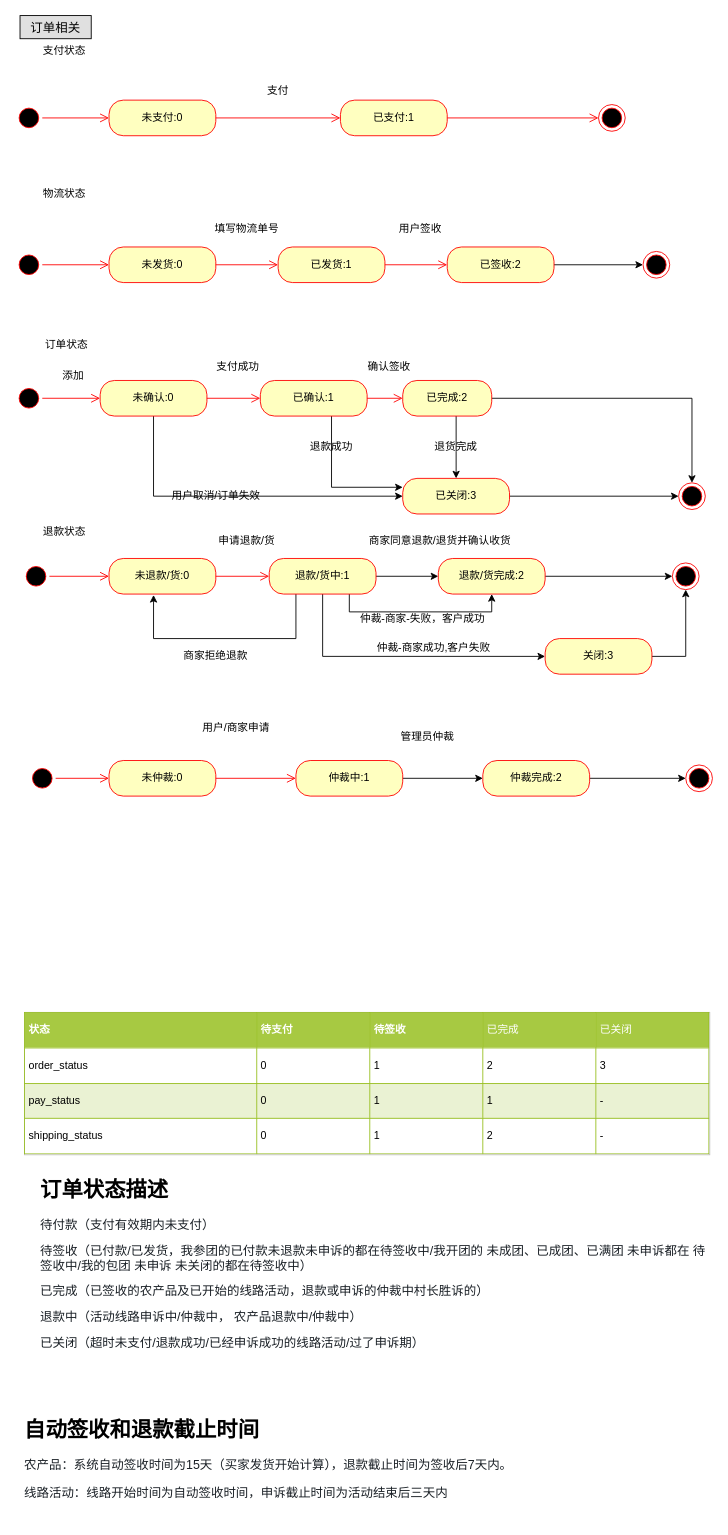
Above: page "第 1 页" (1 of 8) of 码上趣.drawio in JhonShi/mashangqu (draw.io), before the change. Source tidied: cells renumbered, new cells numbered last; positions are measured from the earlier drawing's top-left corner, leaving out a move shared by most shapes. Both pictures are drawn from the tidied source at 89%, with x=0, y=0 at pixel (15, 15).
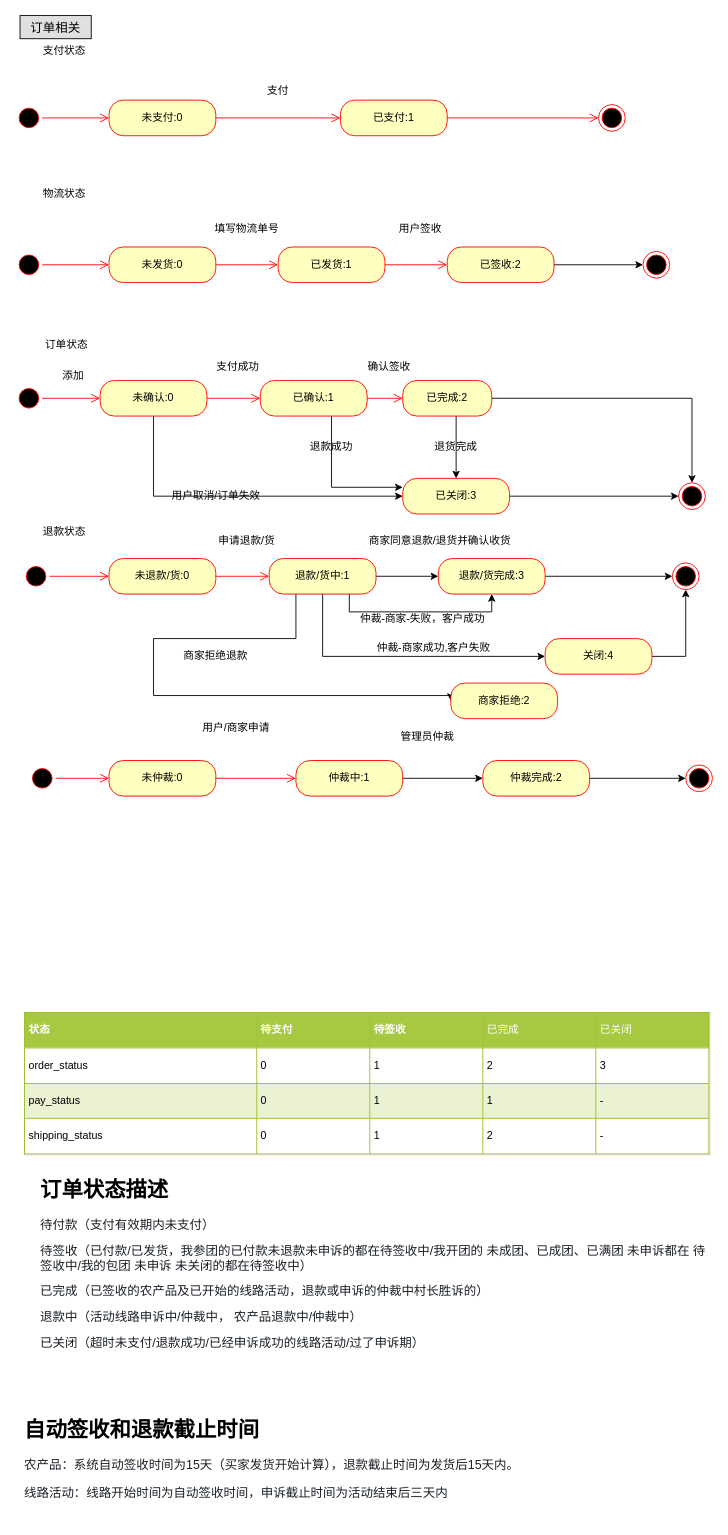
The same page after the edit.

Unchanged cells that the change refers to:
```xml
<mxCell id="49" value="未退款/货:0" style="rounded=1;whiteSpace=wrap;html=1;arcSize=40;fontColor=#000000;fillColor=#ffffc0;strokeColor=#ff0000;" parent="1" vertex="1">
  <mxGeometry x="105" y="610" width="120" height="40" as="geometry" />
</mxCell>
<mxCell id="55" value="退款/货中:1" style="rounded=1;whiteSpace=wrap;html=1;arcSize=40;fontColor=#000000;fillColor=#ffffc0;strokeColor=#ff0000;" parent="1" vertex="1">
  <mxGeometry x="285" y="610" width="120" height="40" as="geometry" />
</mxCell>
```

Diff of the diagram source:
```diff
@@
-    <mxCell id="54" style="edgeStyle=orthogonalEdgeStyle;rounded=0;jettySize=auto;html=1;entryX=0.417;entryY=1.025;entryDx=0;entryDy=0;entryPerimeter=0;strokeWidth=1;" parent="1" edge="1" source="55" target="49">
+    <mxCell id="54" style="edgeStyle=orthogonalEdgeStyle;rounded=0;jettySize=auto;html=1;entryX=0;entryY=0.5;entryDx=0;entryDy=0;strokeWidth=1;" parent="1" edge="1" source="55" target="79">
       <mxGeometry relative="1" as="geometry">
         <Array as="points">
           <mxPoint x="315" y="700" />
           <mxPoint x="155" y="700" />
+          <mxPoint x="155" y="764" />
         </Array>
       </mxGeometry>
     </mxCell>
@@
-    <mxCell id="57" value="退款/货完成:2" style="rounded=1;whiteSpace=wrap;html=1;arcSize=40;fontColor=#000000;fillColor=#ffffc0;strokeColor=#ff0000;" parent="1" vertex="1">
+    <mxCell id="57" value="退款/货完成:3" style="rounded=1;whiteSpace=wrap;html=1;arcSize=40;fontColor=#000000;fillColor=#ffffc0;strokeColor=#ff0000;" parent="1" vertex="1">
       <mxGeometry x="475" y="610" width="120" height="40" as="geometry" />
     </mxCell>
@@
-    <mxCell id="62" value="&lt;h1&gt;自动签收和退款截止时间&lt;/h1&gt;&lt;p&gt;&lt;span style=&quot;color: rgb(25 , 31 , 37) ; font-family: , , &amp;#34;pingfang sc&amp;#34; , &amp;#34;hiragino sans gb&amp;#34; , &amp;#34;segoe ui&amp;#34; , , &amp;#34;roboto&amp;#34; , &amp;#34;droid sans&amp;#34; , &amp;#34;helvetica neue&amp;#34; , sans-serif ; font-size: 14px ; white-space: pre-wrap ; background-color: rgb(255 , 255 , 255)&quot;&gt;农产品：系统自动签收时间为15天（买家发货开始计算），退款截止时间为签收后7天内。&lt;/span&gt;&lt;br style=&quot;box-sizing: border-box ; color: rgb(25 , 31 , 37) ; font-family: , , &amp;#34;pingfang sc&amp;#34; , &amp;#34;hiragino sans gb&amp;#34; , &amp;#34;segoe ui&amp;#34; , , &amp;#34;roboto&amp;#34; , &amp;#34;droid sans&amp;#34; , &amp;#34;helvetica neue&amp;#34; , sans-serif ; font-size: 14px ; white-space: pre-wrap ; background-color: rgb(255 , 255 , 255)&quot;&gt;&lt;br style=&quot;box-sizing: border-box ; color: rgb(25 , 31 , 37) ; font-family: , , &amp;#34;pingfang sc&amp;#34; , &amp;#34;hiragino sans gb&amp;#34; , &amp;#34;segoe ui&amp;#34; , , &amp;#34;roboto&amp;#34; , &amp;#34;droid sans&amp;#34; , &amp;#34;helvetica neue&amp;#34; , sans-serif ; font-size: 14px ; white-space: pre-wrap ; background-color: rgb(255 , 255 , 255)&quot;&gt;&lt;span style=&quot;color: rgb(25 , 31 , 37) ; font-family: , , &amp;#34;pingfang sc&amp;#34; , &amp;#34;hiragino sans gb&amp;#34; , &amp;#34;segoe ui&amp;#34; , , &amp;#34;roboto&amp;#34; , &amp;#34;droid sans&amp;#34; , &amp;#34;helvetica neue&amp;#34; , sans-serif ; font-size: 14px ; white-space: pre-wrap ; background-color: rgb(255 , 255 , 255)&quot;&gt;线路活动：线路开始时间为自动签收时间，申诉截止时间为活动结束后三天内&lt;/span&gt;&lt;br&gt;&lt;/p&gt;" style="text;html=1;strokeColor=none;fillColor=none;spacing=5;spacingTop=-20;whiteSpace=wrap;overflow=hidden;rounded=0;" parent="1" vertex="1">
+    <mxCell id="62" value="&lt;h1&gt;自动签收和退款截止时间&lt;/h1&gt;&lt;p&gt;&lt;span style=&quot;color: rgb(25 , 31 , 37) ; font-family: , , &amp;#34;pingfang sc&amp;#34; , &amp;#34;hiragino sans gb&amp;#34; , &amp;#34;segoe ui&amp;#34; , , &amp;#34;roboto&amp;#34; , &amp;#34;droid sans&amp;#34; , &amp;#34;helvetica neue&amp;#34; , sans-serif ; font-size: 14px ; white-space: pre-wrap ; background-color: rgb(255 , 255 , 255)&quot;&gt;农产品：系统自动签收时间为15天（买家发货开始计算），退款截止时间为发货后15天内。&lt;/span&gt;&lt;br style=&quot;box-sizing: border-box ; color: rgb(25 , 31 , 37) ; font-family: , , &amp;#34;pingfang sc&amp;#34; , &amp;#34;hiragino sans gb&amp;#34; , &amp;#34;segoe ui&amp;#34; , , &amp;#34;roboto&amp;#34; , &amp;#34;droid sans&amp;#34; , &amp;#34;helvetica neue&amp;#34; , sans-serif ; font-size: 14px ; white-space: pre-wrap ; background-color: rgb(255 , 255 , 255)&quot;&gt;&lt;br style=&quot;box-sizing: border-box ; color: rgb(25 , 31 , 37) ; font-family: , , &amp;#34;pingfang sc&amp;#34; , &amp;#34;hiragino sans gb&amp;#34; , &amp;#34;segoe ui&amp;#34; , , &amp;#34;roboto&amp;#34; , &amp;#34;droid sans&amp;#34; , &amp;#34;helvetica neue&amp;#34; , sans-serif ; font-size: 14px ; white-space: pre-wrap ; background-color: rgb(255 , 255 , 255)&quot;&gt;&lt;span style=&quot;color: rgb(25 , 31 , 37) ; font-family: , , &amp;#34;pingfang sc&amp;#34; , &amp;#34;hiragino sans gb&amp;#34; , &amp;#34;segoe ui&amp;#34; , , &amp;#34;roboto&amp;#34; , &amp;#34;droid sans&amp;#34; , &amp;#34;helvetica neue&amp;#34; , sans-serif ; font-size: 14px ; white-space: pre-wrap ; background-color: rgb(255 , 255 , 255)&quot;&gt;线路活动：线路开始时间为自动签收时间，申诉截止时间为活动结束后三天内&lt;/span&gt;&lt;br&gt;&lt;/p&gt;" style="text;html=1;strokeColor=none;fillColor=none;spacing=5;spacingTop=-20;whiteSpace=wrap;overflow=hidden;rounded=0;" parent="1" vertex="1">
       <mxGeometry x="5" y="1570" width="740" height="120" as="geometry" />
     </mxCell>
@@
-    <mxCell id="72" value="关闭:3" style="rounded=1;whiteSpace=wrap;html=1;arcSize=40;fontColor=#000000;fillColor=#ffffc0;strokeColor=#ff0000;" parent="1" vertex="1">
+    <mxCell id="72" value="关闭:4" style="rounded=1;whiteSpace=wrap;html=1;arcSize=40;fontColor=#000000;fillColor=#ffffc0;strokeColor=#ff0000;" parent="1" vertex="1">
       <mxGeometry x="595" y="700" width="120" height="40" as="geometry" />
     </mxCell>
@@
+    <mxCell id="79" value="商家拒绝:2" style="rounded=1;whiteSpace=wrap;html=1;arcSize=40;fontColor=#000000;fillColor=#ffffc0;strokeColor=#ff0000;" parent="1" vertex="1">
+      <mxGeometry x="489" y="750" width="120" height="40" as="geometry" />
+    </mxCell>
```
